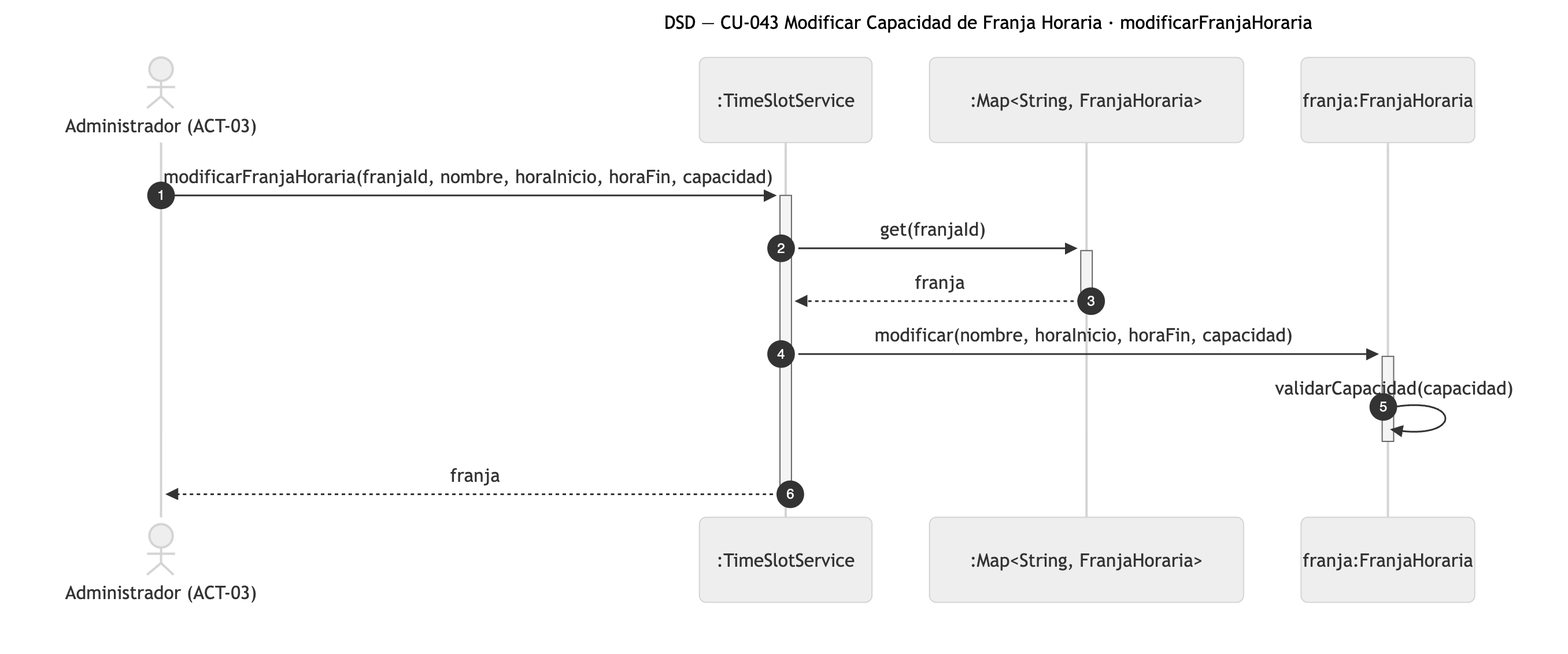
The Mermaid diagram diagramas/png/DSD_CU-043_modificarFranjaHoraria.png in Nahuelito-Dev/splg-docs, before a commit. Its source is kept beside it as diagramas/DSD_CU-043_modificarFranjaHoraria.mmd.
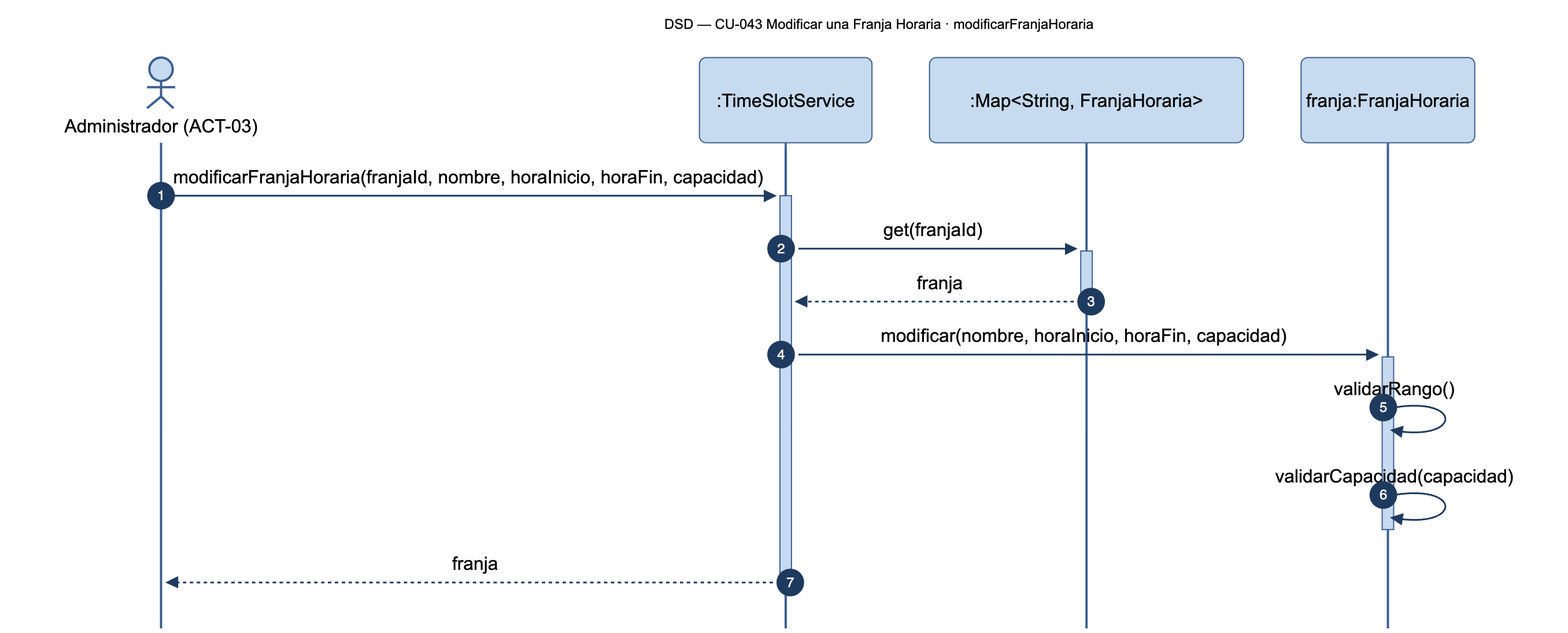
The same file after the commit.

What changed in the source:
```diff
@@ -1,5 +1,5 @@
 sequenceDiagram
-    title DSD — CU-043 Modificar Capacidad de Franja Horaria · modificarFranjaHoraria
+    title DSD — CU-043 Modificar una Franja Horaria · modificarFranjaHoraria
     autonumber
     actor ADM as Administrador (ACT-03)
     participant SRV as :TimeSlotService
@@ -10,6 +10,7 @@
     SRV->>+COL: get(franjaId)
     COL-->>-SRV: franja
     SRV->>+FRA: modificar(nombre, horaInicio, horaFin, capacidad)
+    FRA->>FRA: validarRango()
     FRA->>FRA: validarCapacidad(capacidad)
     deactivate FRA
     SRV-->>-ADM: franja
```
